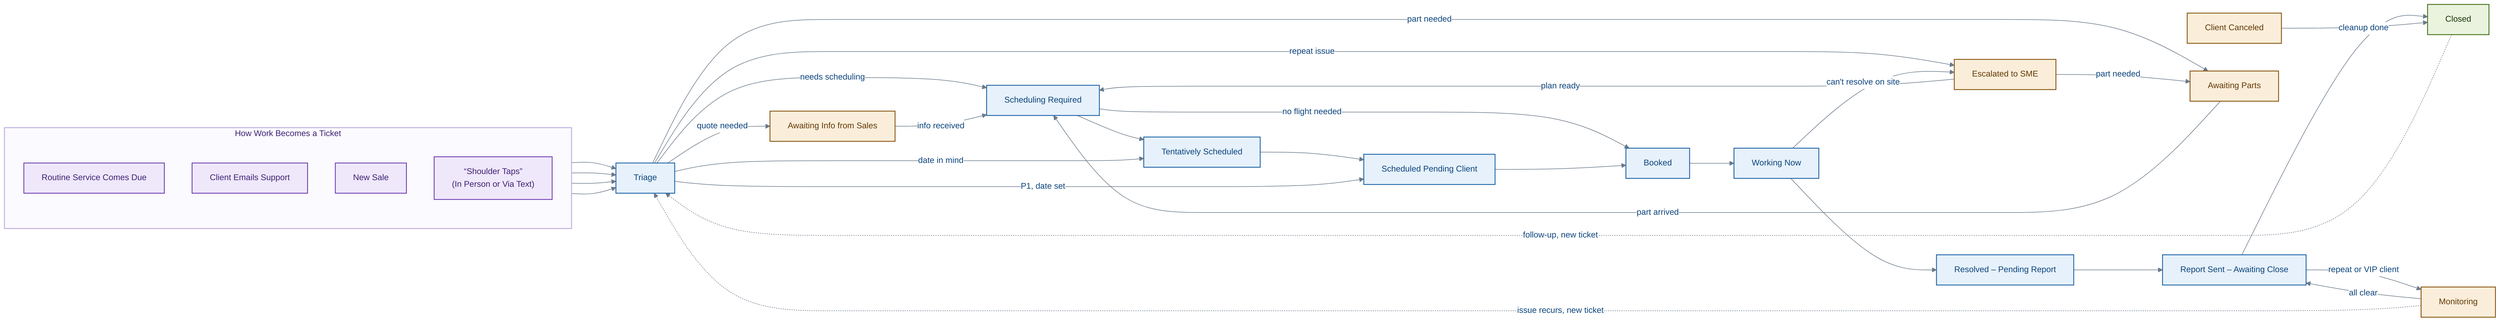
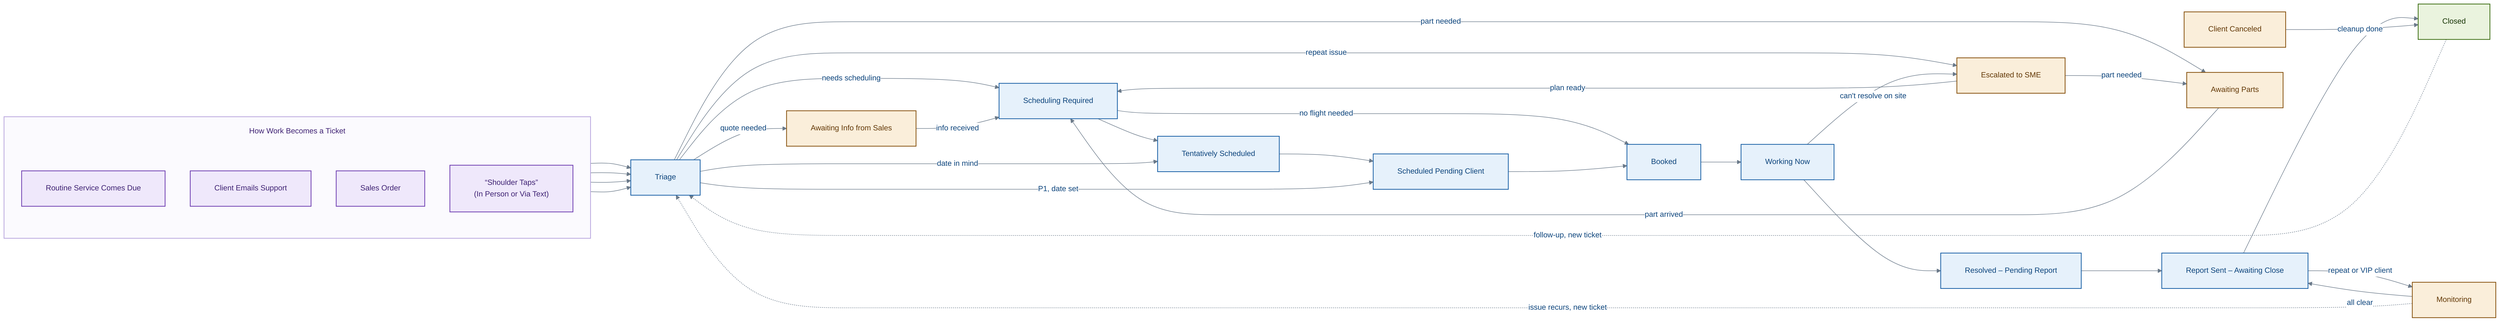
---
config:
  theme: base
  fontFamily: 'Helvetica, Arial, sans-serif'
  themeVariables:
    fontFamily: 'Helvetica, Arial, sans-serif'
    fontSize: 15px
    lineColor: '#6B7A8A'
    primaryColor: '#E6F1FB'
    primaryBorderColor: '#185FA5'
    primaryTextColor: '#0C447C'
    edgeLabelBackground: '#FFFFFF'
    titleColor: '#0C447C'
  flowchart:
    curve: basis
    htmlLabels: true
    nodeSpacing: 50
    rankSpacing: 80
-     padding: 16
+     padding: 24
    useMaxWidth: false
+     subGraphTitleMargin:
+       top: 18
+       bottom: 26
---
flowchart LR
    %% ---- Main flow ----
    Triage["Triage"]
    SchedReq["Scheduling Required"]
    Tentative["Tentatively Scheduled"]
    PendingClient["Scheduled Pending Client"]
    Booked["Booked"]
    Working["Working Now"]
    Resolved["Resolved – Pending Report"]
    ReportSent["Report Sent – Awaiting Close"]
    Closed["Closed"]

    %% ---- Exceptions / off-ramps ----
    AwaitingInfo["Awaiting Info from Sales"]
    AwaitingParts["Awaiting Parts"]
    SME["Escalated to SME"]
    Monitoring["Monitoring"]
    Canceled["Client Canceled"]

    %% ---- Intake: how work becomes a ticket ----
    subgraph Intake["How Work Becomes a Ticket"]
        direction TB
        RoutineComms["Routine Service Comes Due"]
        ClientEmail["Client Emails Support"]
-         NewSale["New Sale"]
+         NewSale["Sales Order"]
        ShoulderTap["&ldquo;Shoulder Taps&rdquo;<br/>(In Person or Via Text)"]
    end

    RoutineComms --> Triage
    ClientEmail --> Triage
    NewSale --> Triage
    ShoulderTap --> Triage

    %% ---- Happy path ----
    Triage -->|needs scheduling| SchedReq
    SchedReq --> Tentative
    SchedReq -->|no flight needed| Booked
    Tentative --> PendingClient
    PendingClient --> Booked
    Booked --> Working
    Working --> Resolved
    Resolved --> ReportSent
    ReportSent --> Closed

    %% ---- Triage branches ----
    Triage -->|quote needed| AwaitingInfo
    Triage -->|date in mind| Tentative
    Triage -->|P1, date set| PendingClient
    Triage -->|repeat issue| SME
    Triage -->|part needed| AwaitingParts

    %% ---- Returns to the dispatcher queue ----
    AwaitingInfo -->|info received| SchedReq
    AwaitingParts -->|part arrived| SchedReq
    SME -->|plan ready| SchedReq
    SME -->|part needed| AwaitingParts

    %% ---- Field escalation ----
    Working -->|can't resolve on site| SME

    %% ---- Monitoring loop ----
    ReportSent -->|repeat or VIP client| Monitoring
    Monitoring -->|all clear| ReportSent
    Monitoring -.->|issue recurs, new ticket| Triage

    %% ---- Cancellation (can enter from any scheduled stage) ----
    Canceled -->|cleanup done| Closed

    %% ---- Follow-up ----
    Closed -.->|follow-up, new ticket| Triage

    %% ---- Styling ----
    classDef main   fill:#E6F1FB,stroke:#185FA5,color:#0C447C,stroke-width:1.5px;
    classDef exc    fill:#FAEEDA,stroke:#854F0B,color:#633806,stroke-width:1.5px;
    classDef done   fill:#EAF3DE,stroke:#3B6D11,color:#173404,stroke-width:1.5px;
    classDef intake fill:#EFE8FB,stroke:#6D3CB0,color:#3E2173,stroke-width:1.5px;

    class Triage,SchedReq,Tentative,PendingClient,Booked,Working,Resolved,ReportSent main;
    class AwaitingInfo,AwaitingParts,SME,Monitoring,Canceled exc;
    class Closed done;
    class RoutineComms,ClientEmail,NewSale,ShoulderTap intake;
    style Intake fill:#FBFAFE,stroke:#B9A6DE,stroke-width:1.5px,color:#3E2173;
